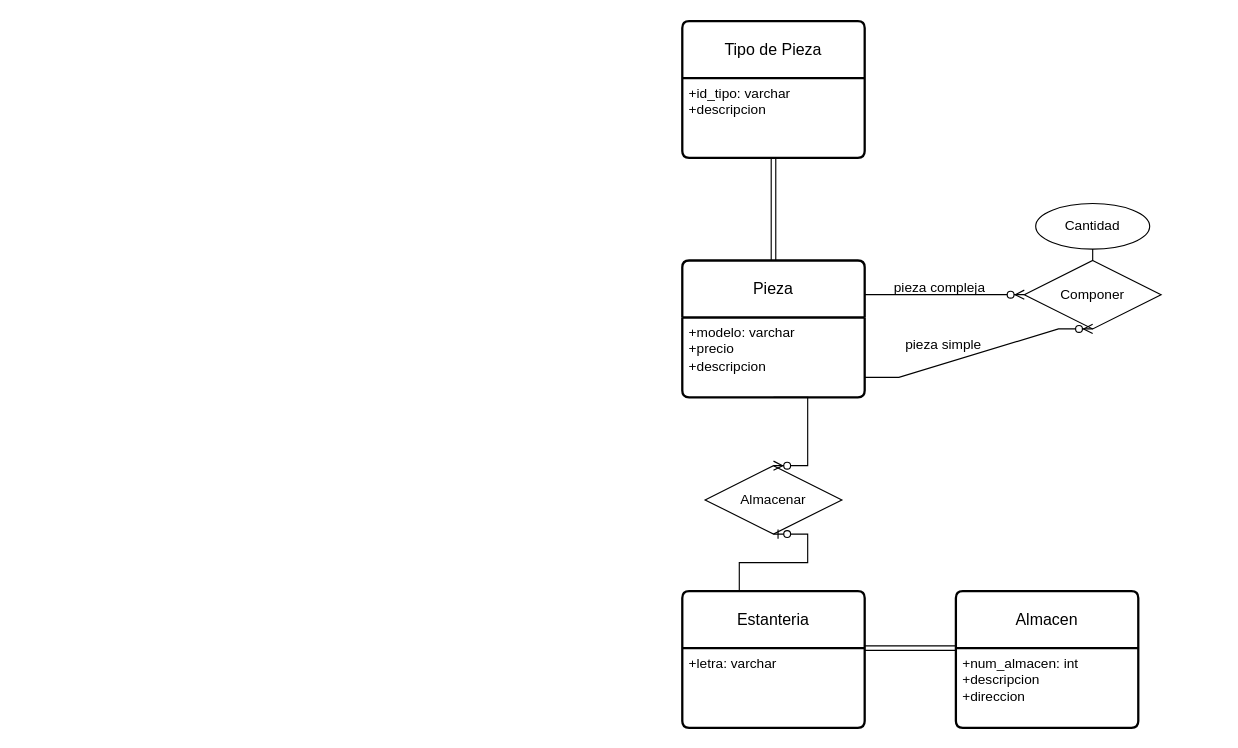
This is ejercicio5.drawio from AsierGArranz/aga-sru-sa-t-UD12DiagramaER-11102023, a draw.io file, before an edit. Source tidied: cells renumbered, new cells numbered last; positions are measured from the earlier drawing's top-left corner, leaving out a move shared by most shapes. Both pictures are drawn from the tidied source at 114%, with x=0, y=0 at pixel (682, 21).
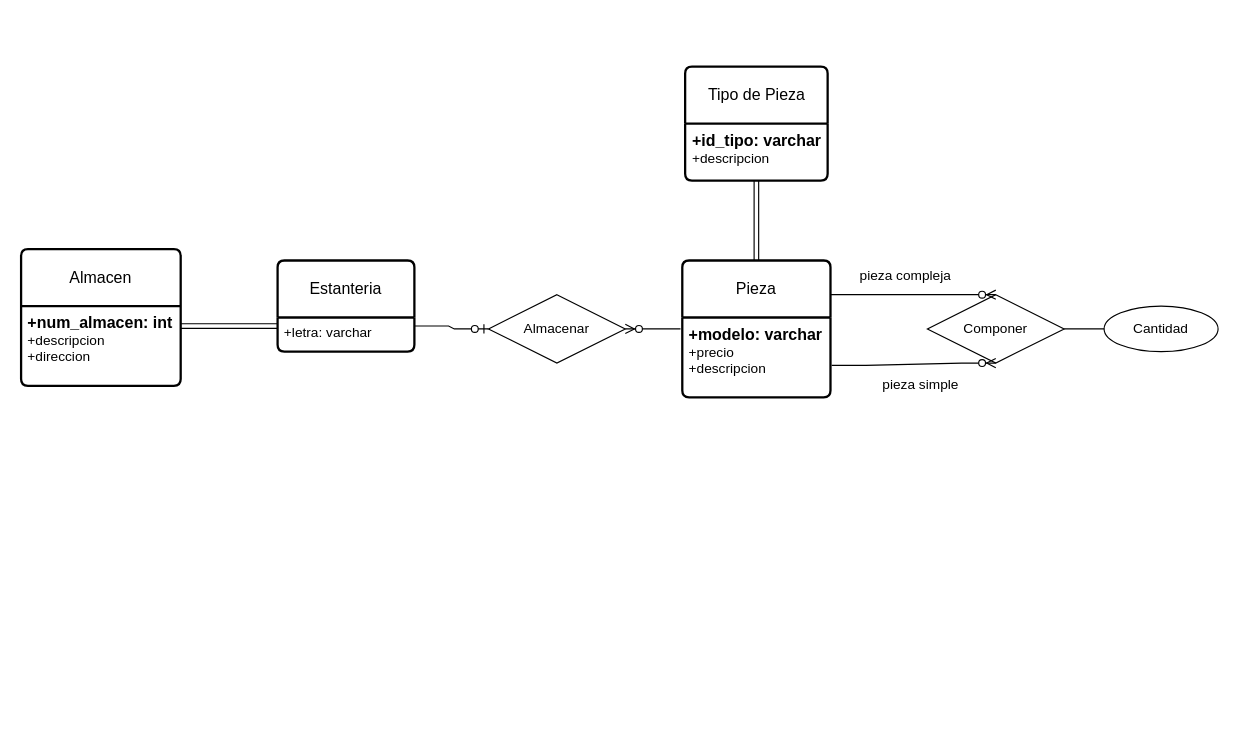
The same page after the edit.

Change to the diagram source:
```diff
@@
     <mxCell id="2" value="Tipo de Pieza" style="swimlane;horizontal=1;startSize=50;rounded=1;fontSize=14;fontStyle=0;strokeWidth=2;shadow=0;dashed=0;align=center;arcSize=4;whiteSpace=wrap;html=1;" parent="1" vertex="1">
-      <mxGeometry width="160" height="120" as="geometry" />
+      <mxGeometry x="2.5" y="40" width="125" height="100" as="geometry" />
     </mxCell>
-    <mxCell id="3" value="+id_tipo: varchar&lt;br&gt;+descripcion" style="align=left;strokeColor=none;fillColor=none;spacingLeft=4;fontSize=12;verticalAlign=top;html=1;" parent="2" vertex="1">
-      <mxGeometry y="50" width="160" height="70" as="geometry" />
+    <mxCell id="3" value="&lt;font style=&quot;font-size: 14px;&quot;&gt;&lt;b&gt;+id_tipo: varchar&lt;br&gt;&lt;/b&gt;&lt;/font&gt;+descripcion" style="align=left;strokeColor=none;fillColor=none;spacingLeft=4;fontSize=12;verticalAlign=top;html=1;" parent="2" vertex="1">
+      <mxGeometry y="50" width="125" height="50" as="geometry" />
     </mxCell>
     <mxCell id="4" value="Pieza" style="swimlane;horizontal=1;startSize=50;rounded=1;fontSize=14;fontStyle=0;strokeWidth=2;shadow=0;dashed=0;align=center;arcSize=4;whiteSpace=wrap;html=1;" parent="1" vertex="1">
-      <mxGeometry y="210" width="160" height="120" as="geometry" />
+      <mxGeometry y="210" width="130" height="120" as="geometry" />
     </mxCell>
-    <mxCell id="5" value="+modelo: varchar&lt;br&gt;+precio&lt;br&gt;+descripcion" style="align=left;strokeColor=none;fillColor=none;spacingLeft=4;fontSize=12;verticalAlign=top;html=1;" parent="4" vertex="1">
-      <mxGeometry y="50" width="160" height="70" as="geometry" />
+    <mxCell id="5" value="&lt;font style=&quot;font-size: 14px;&quot;&gt;&lt;b&gt;+modelo: varchar&lt;br&gt;&lt;/b&gt;&lt;/font&gt;+precio&lt;br&gt;+descripcion" style="align=left;strokeColor=none;fillColor=none;spacingLeft=4;fontSize=12;verticalAlign=top;html=1;" parent="4" vertex="1">
+      <mxGeometry y="50" width="130" height="70" as="geometry" />
     </mxCell>
     <mxCell id="6" value="Estanteria" style="swimlane;horizontal=1;startSize=50;rounded=1;fontSize=14;fontStyle=0;strokeWidth=2;shadow=0;dashed=0;align=center;arcSize=4;whiteSpace=wrap;html=1;" parent="1" vertex="1">
-      <mxGeometry y="500" width="160" height="120" as="geometry" />
+      <mxGeometry x="-355" y="210" width="120" height="80" as="geometry" />
     </mxCell>
     <mxCell id="7" value="+letra: varchar" style="align=left;strokeColor=none;fillColor=none;spacingLeft=4;fontSize=12;verticalAlign=top;html=1;" parent="6" vertex="1">
-      <mxGeometry y="50" width="160" height="70" as="geometry" />
+      <mxGeometry y="50" width="120" height="30" as="geometry" />
     </mxCell>
     <mxCell id="8" value="Componer" style="shape=rhombus;perimeter=rhombusPerimeter;whiteSpace=wrap;html=1;align=center;" parent="1" vertex="1">
-      <mxGeometry x="300" y="210" width="120" height="60" as="geometry" />
+      <mxGeometry x="215" y="240" width="120" height="60" as="geometry" />
     </mxCell>
     <mxCell id="9" value="Cantidad" style="ellipse;whiteSpace=wrap;html=1;align=center;" parent="1" vertex="1">
-      <mxGeometry x="310" y="160" width="100" height="40" as="geometry" />
+      <mxGeometry x="370" y="250" width="100" height="40" as="geometry" />
     </mxCell>
     <mxCell id="10" value="Almacenar" style="shape=rhombus;perimeter=rhombusPerimeter;whiteSpace=wrap;html=1;align=center;" parent="1" vertex="1">
-      <mxGeometry x="20" y="390" width="120" height="60" as="geometry" />
+      <mxGeometry x="-170" y="240" width="120" height="60" as="geometry" />
     </mxCell>
     <mxCell id="11" value="Almacen" style="swimlane;horizontal=1;startSize=50;rounded=1;fontSize=14;fontStyle=0;strokeWidth=2;shadow=0;dashed=0;align=center;arcSize=4;whiteSpace=wrap;html=1;" parent="1" vertex="1">
-      <mxGeometry x="240" y="500" width="160" height="120" as="geometry" />
+      <mxGeometry x="-580" y="200" width="140" height="120" as="geometry" />
     </mxCell>
-    <mxCell id="12" value="+num_almacen: int&lt;br&gt;+descripcion&lt;br&gt;+direccion" style="align=left;strokeColor=none;fillColor=none;spacingLeft=4;fontSize=12;verticalAlign=top;html=1;" parent="11" vertex="1">
-      <mxGeometry y="50" width="160" height="70" as="geometry" />
+    <mxCell id="12" value="&lt;font style=&quot;font-size: 14px;&quot;&gt;&lt;b&gt;+num_almacen: int&lt;br&gt;&lt;/b&gt;&lt;/font&gt;+descripcion&lt;br&gt;+direccion" style="align=left;strokeColor=none;fillColor=none;spacingLeft=4;fontSize=12;verticalAlign=top;html=1;" parent="11" vertex="1">
+      <mxGeometry y="50" width="140" height="70" as="geometry" />
     </mxCell>
-    <mxCell id="13" style="shape=link;html=1;rounded=0;exitX=1;exitY=0;exitDx=0;exitDy=0;entryX=0;entryY=0;entryDx=0;entryDy=0;" parent="1" edge="1" source="7" target="12">
+    <mxCell id="13" style="shape=link;html=1;rounded=0;exitX=0;exitY=0.25;exitDx=0;exitDy=0;entryX=1;entryY=0.25;entryDx=0;entryDy=0;" parent="1" edge="1" source="7" target="12">
       <mxGeometry relative="1" as="geometry" />
     </mxCell>
-    <mxCell id="14" style="edgeStyle=entityRelationEdgeStyle;fontSize=12;html=1;endArrow=ERzeroToOne;endFill=1;rounded=0;exitX=0.5;exitY=0;exitDx=0;exitDy=0;entryX=0.5;entryY=1;entryDx=0;entryDy=0;" parent="1" edge="1" source="6" target="10">
+    <mxCell id="14" style="edgeStyle=entityRelationEdgeStyle;fontSize=12;html=1;endArrow=ERzeroToOne;endFill=1;rounded=0;exitX=1;exitY=0.25;exitDx=0;exitDy=0;entryX=0;entryY=0.5;entryDx=0;entryDy=0;" parent="1" edge="1" source="7" target="10">
       <mxGeometry relative="1" as="geometry" />
     </mxCell>
-    <mxCell id="15" style="edgeStyle=entityRelationEdgeStyle;fontSize=12;html=1;endArrow=ERzeroToMany;endFill=1;rounded=0;exitX=0.5;exitY=1;exitDx=0;exitDy=0;entryX=0.5;entryY=0;entryDx=0;entryDy=0;" parent="1" edge="1" source="5" target="10">
+    <mxCell id="15" style="edgeStyle=entityRelationEdgeStyle;fontSize=12;html=1;endArrow=ERzeroToMany;endFill=1;rounded=0;exitX=-0.012;exitY=0.143;exitDx=0;exitDy=0;exitPerimeter=0;" parent="1" edge="1" source="5" target="10">
       <mxGeometry relative="1" as="geometry" />
     </mxCell>
-    <mxCell id="16" style="endArrow=none;html=1;rounded=0;entryX=0.5;entryY=1;entryDx=0;entryDy=0;exitX=0.5;exitY=0;exitDx=0;exitDy=0;" parent="1" edge="1" source="8" target="9">
+    <mxCell id="16" style="endArrow=none;html=1;rounded=0;entryX=0;entryY=0.5;entryDx=0;entryDy=0;exitX=1;exitY=0.5;exitDx=0;exitDy=0;" parent="1" edge="1" source="8" target="9">
       <mxGeometry relative="1" as="geometry" />
     </mxCell>
-    <mxCell id="17" style="edgeStyle=entityRelationEdgeStyle;fontSize=12;html=1;endArrow=ERzeroToMany;endFill=1;rounded=0;exitX=1;exitY=0.25;exitDx=0;exitDy=0;entryX=0;entryY=0.5;entryDx=0;entryDy=0;" parent="1" edge="1" source="4" target="8">
+    <mxCell id="17" style="edgeStyle=entityRelationEdgeStyle;fontSize=12;html=1;endArrow=ERzeroToMany;endFill=1;rounded=0;exitX=1;exitY=0.25;exitDx=0;exitDy=0;entryX=0.5;entryY=0;entryDx=0;entryDy=0;" parent="1" edge="1" source="4" target="8">
       <mxGeometry relative="1" as="geometry" />
     </mxCell>
     <mxCell id="18" value="pieza compleja" style="text;strokeColor=none;fillColor=none;spacingLeft=4;spacingRight=4;overflow=hidden;fontSize=12;whiteSpace=wrap;html=1;" parent="1" vertex="1">
-      <mxGeometry x="180" y="220" width="110" height="30" as="geometry" />
+      <mxGeometry x="150" y="210" width="110" height="30" as="geometry" />
     </mxCell>
-    <mxCell id="19" style="edgeStyle=entityRelationEdgeStyle;fontSize=12;html=1;endArrow=ERzeroToMany;endFill=1;rounded=0;entryX=0.5;entryY=1;entryDx=0;entryDy=0;exitX=1;exitY=0.75;exitDx=0;exitDy=0;" parent="1" edge="1" source="5" target="8">
+    <mxCell id="19" style="edgeStyle=entityRelationEdgeStyle;fontSize=12;html=1;endArrow=ERzeroToMany;endFill=1;rounded=0;entryX=0.5;entryY=1;entryDx=0;entryDy=0;exitX=1.008;exitY=0.6;exitDx=0;exitDy=0;exitPerimeter=0;" parent="1" edge="1" source="5" target="8">
       <mxGeometry relative="1" as="geometry" />
     </mxCell>
     <mxCell id="20" value="pieza simple" style="text;strokeColor=none;fillColor=none;spacingLeft=4;spacingRight=4;overflow=hidden;fontSize=12;whiteSpace=wrap;html=1;" parent="1" vertex="1">
-      <mxGeometry x="190" y="270" width="110" height="30" as="geometry" />
+      <mxGeometry x="170" y="305" width="110" height="30" as="geometry" />
     </mxCell>
```
